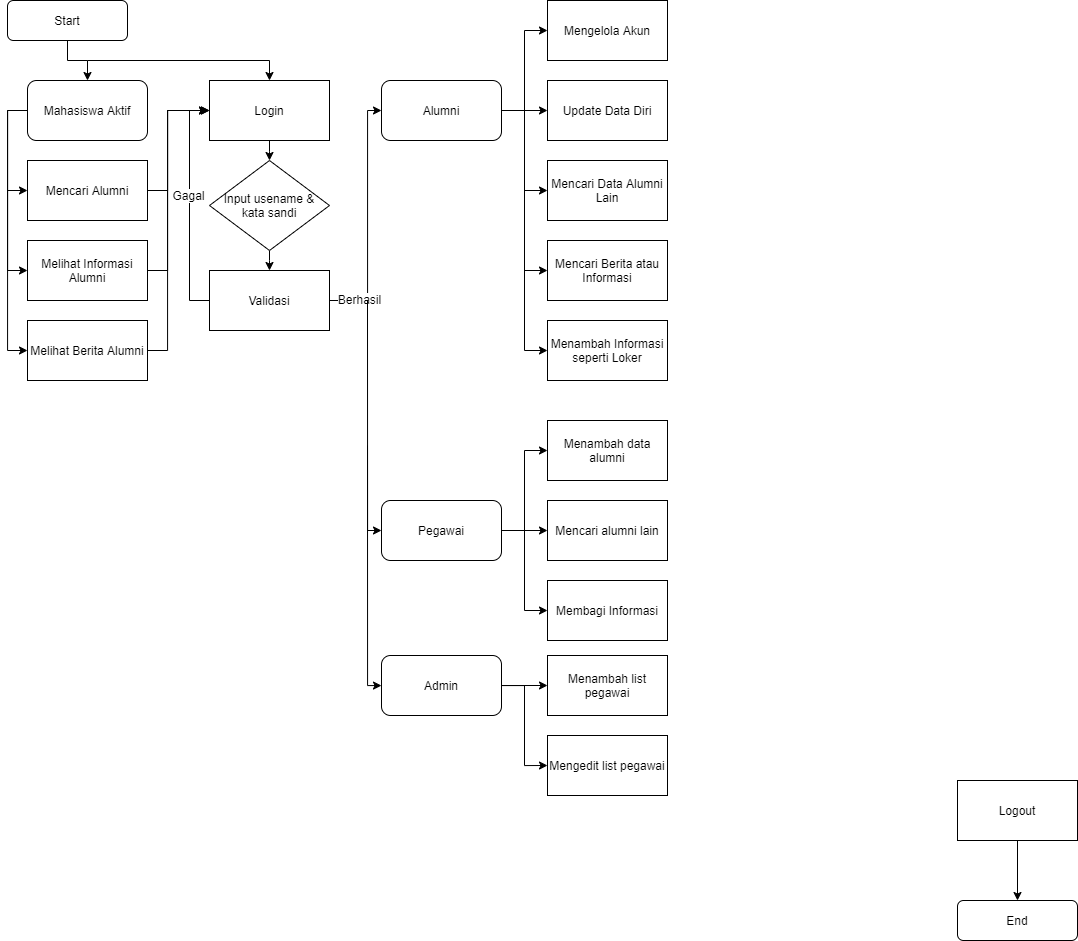
Earlier version of the draw.io export flowchart.png (DwikiAffandi/flowchart). Source tidied: cells renumbered, new cells last; positions are measured from the earlier drawing's top-left corner, leaving out a move shared by most shapes.
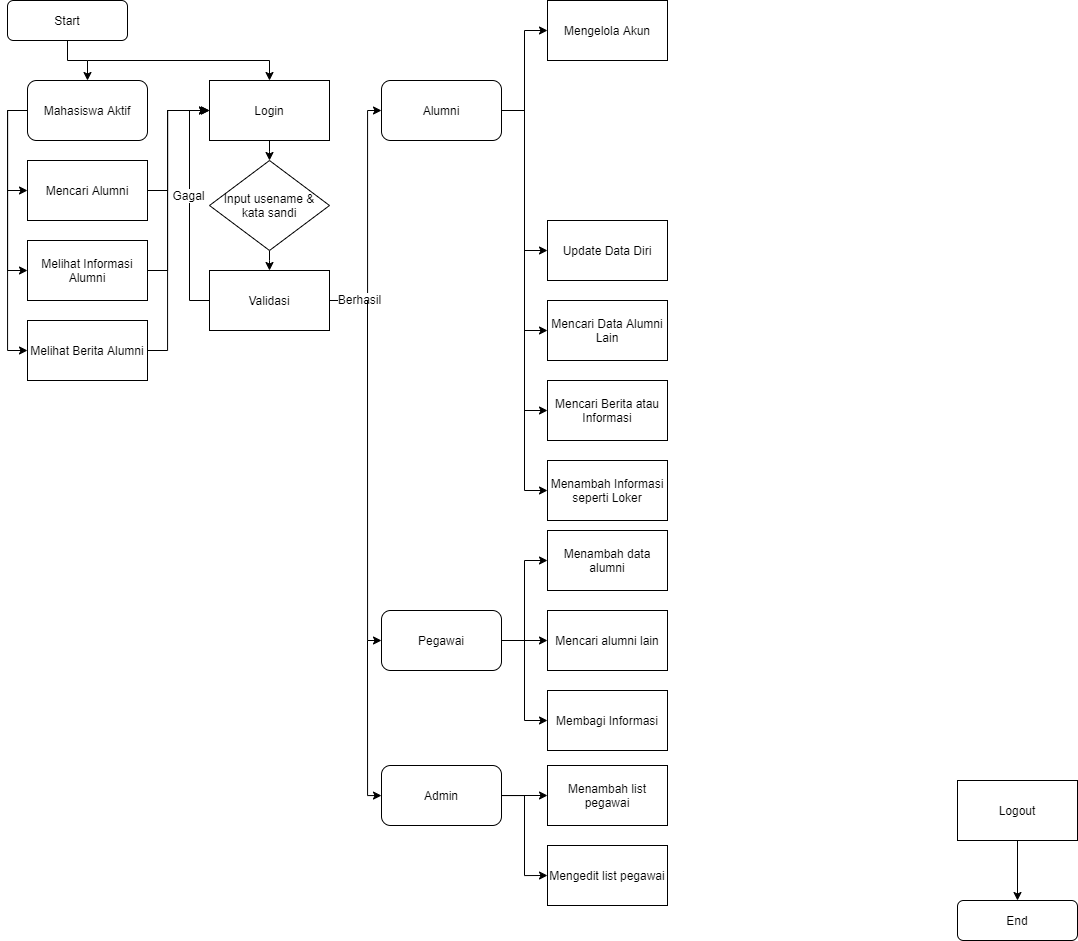
After the change.

What changed in the source:
```diff
@@ -119,10 +119,10 @@
       <mxGeometry x="374" y="80" width="120" height="60" as="geometry" />
     </mxCell>
     <mxCell id="28" value="Mencari Data Alumni Lain" style="rounded=0;whiteSpace=wrap;html=1;" parent="1" vertex="1">
-      <mxGeometry x="540" y="160" width="120" height="60" as="geometry" />
+      <mxGeometry x="540" y="300" width="120" height="60" as="geometry" />
     </mxCell>
     <mxCell id="29" value="Update Data Diri" style="rounded=0;whiteSpace=wrap;html=1;" parent="1" vertex="1">
-      <mxGeometry x="540" y="80" width="120" height="60" as="geometry" />
+      <mxGeometry x="540" y="220" width="120" height="60" as="geometry" />
     </mxCell>
     <mxCell id="30" value="Mengelola Akun" style="rounded=0;whiteSpace=wrap;html=1;" parent="1" vertex="1">
       <mxGeometry x="540" width="120" height="60" as="geometry" />
@@ -140,21 +140,21 @@
       <mxGeometry relative="1" as="geometry">
         <mxPoint x="360" y="300" as="sourcePoint" />
         <Array as="points">
-          <mxPoint x="360" y="530" />
+          <mxPoint x="360" y="640" />
         </Array>
       </mxGeometry>
     </mxCell>
     <mxCell id="35" value="Pegawai" style="rounded=1;whiteSpace=wrap;html=1;" parent="1" vertex="1">
-      <mxGeometry x="374" y="500" width="120" height="60" as="geometry" />
+      <mxGeometry x="374" y="610" width="120" height="60" as="geometry" />
     </mxCell>
     <mxCell id="36" value="Membagi Informasi" style="rounded=0;whiteSpace=wrap;html=1;" parent="1" vertex="1">
-      <mxGeometry x="540" y="580" width="120" height="60" as="geometry" />
+      <mxGeometry x="540" y="690" width="120" height="60" as="geometry" />
     </mxCell>
     <mxCell id="37" value="Mencari alumni lain" style="rounded=0;whiteSpace=wrap;html=1;" parent="1" vertex="1">
-      <mxGeometry x="540" y="500" width="120" height="60" as="geometry" />
+      <mxGeometry x="540" y="610" width="120" height="60" as="geometry" />
     </mxCell>
     <mxCell id="38" value="Menambah data alumni" style="rounded=0;whiteSpace=wrap;html=1;" parent="1" vertex="1">
-      <mxGeometry x="540" y="420" width="120" height="60" as="geometry" />
+      <mxGeometry x="540" y="530" width="120" height="60" as="geometry" />
     </mxCell>
     <mxCell id="39" style="edgeStyle=orthogonalEdgeStyle;rounded=0;jettySize=auto;html=1;entryX=0;entryY=0.5;entryDx=0;entryDy=0;" parent="1" edge="1" source="42" target="43">
       <mxGeometry relative="1" as="geometry" />
@@ -162,25 +162,25 @@
     <mxCell id="40" style="edgeStyle=orthogonalEdgeStyle;rounded=0;jettySize=auto;html=1;entryX=0;entryY=0.5;entryDx=0;entryDy=0;" parent="1" edge="1" source="42" target="44">
       <mxGeometry relative="1" as="geometry" />
     </mxCell>
-    <mxCell id="41" style="edgeStyle=orthogonalEdgeStyle;rounded=0;jettySize=auto;html=1;" parent="1" edge="1" target="42">
-      <mxGeometry relative="1" as="geometry">
-        <mxPoint x="360" y="445" as="sourcePoint" />
-        <Array as="points">
-          <mxPoint x="360" y="685" />
-        </Array>
-      </mxGeometry>
-    </mxCell>
+    <mxCell id="52" style="edgeStyle=orthogonalEdgeStyle;rounded=0;jettySize=auto;html=1;fontSize=12;" parent="1" edge="1" target="42">
+      <mxGeometry relative="1" as="geometry">
+        <mxPoint x="360" y="640" as="sourcePoint" />
+        <Array as="points">
+          <mxPoint x="360" y="795" />
+        </Array>
+      </mxGeometry>
+    </mxCell>
     <mxCell id="42" value="Admin" style="rounded=1;whiteSpace=wrap;html=1;" parent="1" vertex="1">
-      <mxGeometry x="374" y="655" width="120" height="60" as="geometry" />
+      <mxGeometry x="374" y="765" width="120" height="60" as="geometry" />
     </mxCell>
     <mxCell id="43" value="Mengedit list pegawai" style="rounded=0;whiteSpace=wrap;html=1;" parent="1" vertex="1">
-      <mxGeometry x="540" y="735" width="120" height="60" as="geometry" />
+      <mxGeometry x="540" y="845" width="120" height="60" as="geometry" />
     </mxCell>
     <mxCell id="44" value="Menambah list pegawai" style="rounded=0;whiteSpace=wrap;html=1;" parent="1" vertex="1">
-      <mxGeometry x="540" y="655" width="120" height="60" as="geometry" />
+      <mxGeometry x="540" y="765" width="120" height="60" as="geometry" />
     </mxCell>
     <mxCell id="45" value="Mencari Berita atau Informasi" style="rounded=0;whiteSpace=wrap;html=1;" parent="1" vertex="1">
-      <mxGeometry x="540" y="240" width="120" height="60" as="geometry" />
+      <mxGeometry x="540" y="380" width="120" height="60" as="geometry" />
     </mxCell>
     <mxCell id="46" style="edgeStyle=orthogonalEdgeStyle;rounded=0;jettySize=auto;html=1;entryX=0.5;entryY=0;entryDx=0;entryDy=0;" parent="1" edge="1" source="47" target="48">
       <mxGeometry relative="1" as="geometry" />
@@ -203,7 +203,7 @@
       <mxGeometry x="20" y="320" width="120" height="60" as="geometry" />
     </mxCell>
     <mxCell id="51" value="Menambah Informasi seperti Loker" style="rounded=0;whiteSpace=wrap;html=1;" parent="1" vertex="1">
-      <mxGeometry x="540" y="320" width="120" height="60" as="geometry" />
+      <mxGeometry x="540" y="460" width="120" height="60" as="geometry" />
     </mxCell>
   </root>
 </mxGraphModel>
```
